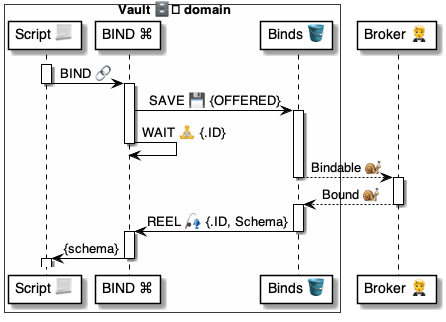
This is 4 ⚙️ Solution/37 Scripts 📃/📃 Commands ⌘/⌘ for methods 🤵/BIND 🔗/🔗 BIND ⚙️ uml.png from pollyweb-org/pollyweb-docs, a PlantUML export, as it was before one commit. Its source is kept beside it as 4 ⚙️ Solution/37 Scripts 📃/📃 Commands ⌘/⌘ for methods 🤵/BIND 🔗/🔗 BIND ⚙️ uml.puml. The source it was exported from:
```plantuml
@startuml BIND


box Vault 🗄️ domain #FFFFFA
    participant "Script 📃" as script
    participant "BIND ⌘" as bind
    participant "Binds 🪣" as binds
end box

participant "Broker 🤵" as broker


activate script
    script -> bind: BIND 🔗
deactivate script

activate bind
    bind -> binds: SAVE 💾 {OFFERED}
activate binds
    bind -> bind: WAIT 🧘 {.ID}
deactivate bind
    binds --> broker: Bindable 🐌
deactivate binds

activate broker
    broker --> binds: Bound 🐌
deactivate broker

activate binds
    binds -> bind: REEL 🎣 {.ID, Schema}
deactivate binds

activate bind
    bind -> script: {schema}
deactivate bind

activate script


@enduml
```
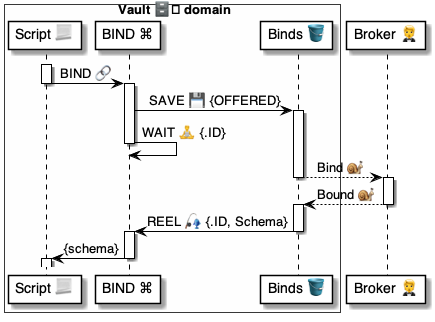
The same diagram one commit later.

Diff of the diagram source:
```diff
@@ -19,7 +19,7 @@
 activate binds
     bind -> bind: WAIT 🧘 {.ID}
 deactivate bind
-    binds --> broker: Bindable 🐌
+    binds --> broker: Bind 🐌
 deactivate binds
 
 activate broker
```
